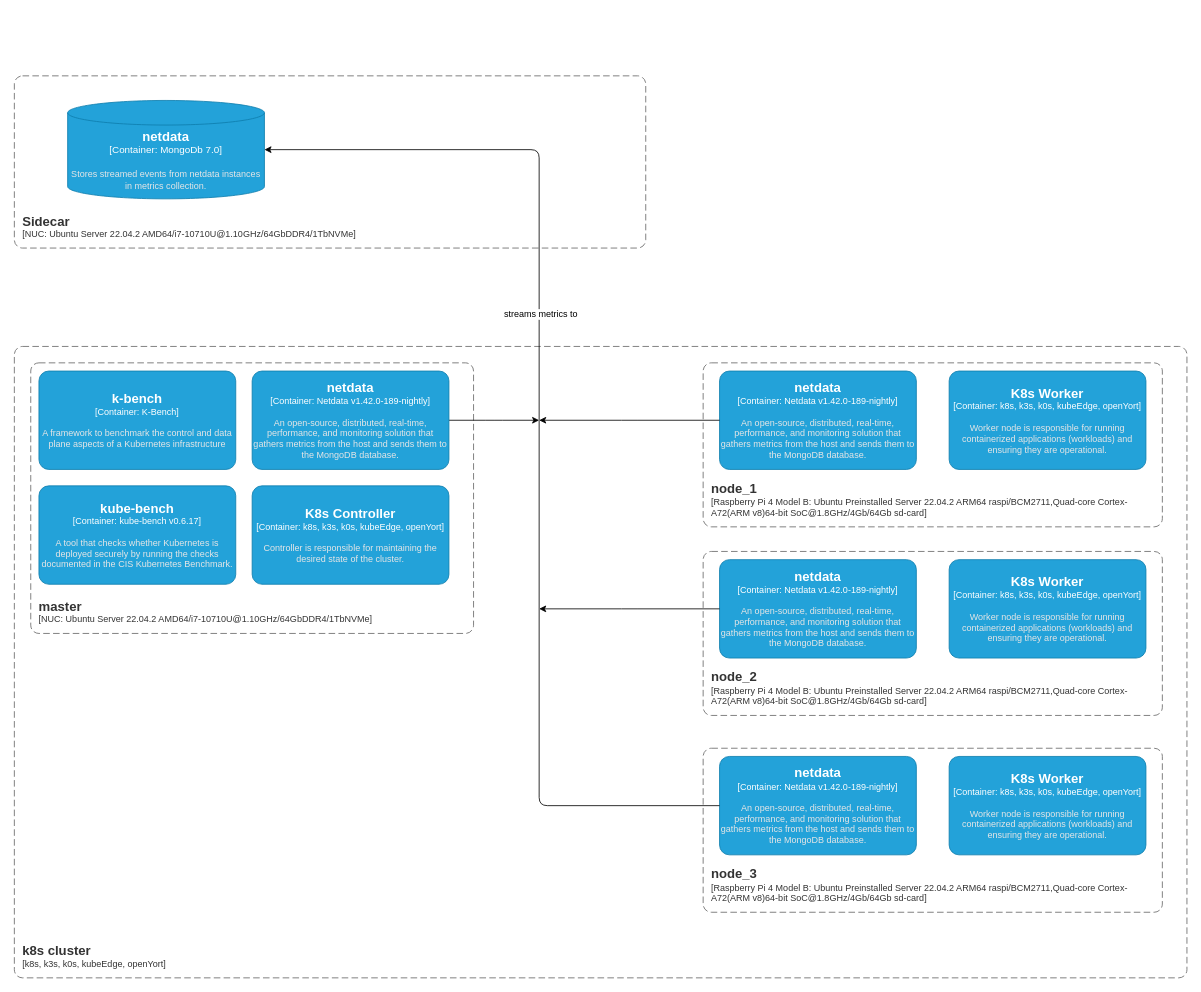
Before: src/diagrams/deployment_diagram.drawio in DiyazY/iot-edge, a draw.io diagram. Source tidied: cells renumbered, new cells numbered last; positions are measured from the earlier drawing's top-left corner, leaving out a move shared by most shapes. Both pictures are drawn from the tidied source at 82%, with x=0, y=0 at pixel (14, 75).
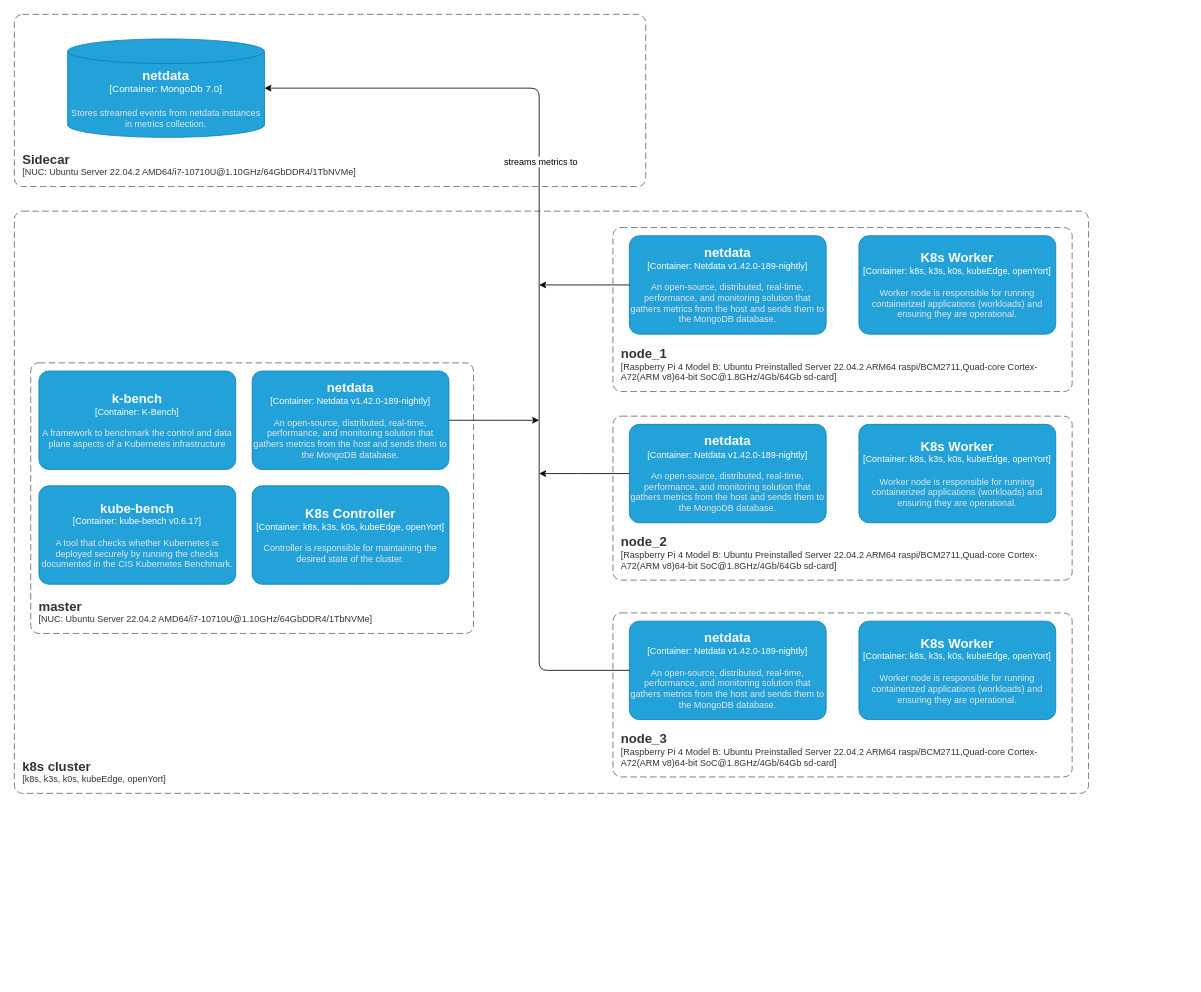
After the change.

Unchanged cells that the change refers to:
```xml
<object id="13" label="&lt;font style=&quot;font-size: 16px&quot;&gt;&lt;b&gt;%c4Name%&lt;/b&gt;&lt;/font&gt;&lt;div&gt;[%c4Type%: %c4Technology%]&lt;/div&gt;&lt;br&gt;&lt;div&gt;&lt;font style=&quot;font-size: 11px&quot;&gt;&lt;font color=&quot;#E6E6E6&quot;&gt;%c4Description%&lt;/font&gt;&lt;/div&gt;" c4Description="An open-source, distributed, real-time, performance, and monitoring solution that gathers metrics from the host and sends them to the MongoDB database." c4Name="netdata" c4Technology="Netdata v1.42.0-189-nightly" c4Type="Container" placeholders="1">
  <mxCell style="rounded=1;whiteSpace=wrap;html=1;fontSize=11;labelBackgroundColor=none;fillColor=#23A2D9;fontColor=#ffffff;align=center;arcSize=10;strokeColor=#0E7DAD;points=[[0.25,0,0],[0.5,0,0],[0.75,0,0],[1,0.25,0],[1,0.5,0],[1,0.75,0],[0.75,1,0],[0.5,1,0],[0.25,1,0],[0,0.75,0],[0,0.5,0],[0,0.25,0]];" parent="11" vertex="1">
    <mxGeometry x="20" y="10" width="240" height="120" as="geometry" />
  </mxCell>
</object>
<object id="17" label="&lt;font style=&quot;font-size: 16px&quot;&gt;&lt;b&gt;%c4Name%&lt;/b&gt;&lt;/font&gt;&lt;div&gt;[%c4Type%: %c4Technology%]&lt;/div&gt;&lt;br&gt;&lt;div&gt;&lt;font style=&quot;font-size: 11px&quot;&gt;&lt;font color=&quot;#E6E6E6&quot;&gt;%c4Description%&lt;/font&gt;&lt;/div&gt;" c4Description="An open-source, distributed, real-time, performance, and monitoring solution that gathers metrics from the host and sends them to the MongoDB database." c4Name="netdata" c4Technology="Netdata v1.42.0-189-nightly" c4Type="Container" placeholders="1">
  <mxCell style="rounded=1;whiteSpace=wrap;html=1;fontSize=11;labelBackgroundColor=none;fillColor=#23A2D9;fontColor=#ffffff;align=center;arcSize=10;strokeColor=#0E7DAD;points=[[0.25,0,0],[0.5,0,0],[0.75,0,0],[1,0.25,0],[1,0.5,0],[1,0.75,0],[0.75,1,0],[0.5,1,0],[0.25,1,0],[0,0.75,0],[0,0.5,0],[0,0.25,0]];" parent="15" vertex="1">
    <mxGeometry x="20" y="10" width="240" height="120" as="geometry" />
  </mxCell>
</object>
<object id="21" label="&lt;font style=&quot;font-size: 16px&quot;&gt;&lt;b&gt;%c4Name%&lt;/b&gt;&lt;/font&gt;&lt;div&gt;[%c4Type%: %c4Technology%]&lt;/div&gt;&lt;br&gt;&lt;div&gt;&lt;font style=&quot;font-size: 11px&quot;&gt;&lt;font color=&quot;#E6E6E6&quot;&gt;%c4Description%&lt;/font&gt;&lt;/div&gt;" c4Description="An open-source, distributed, real-time, performance, and monitoring solution that gathers metrics from the host and sends them to the MongoDB database." c4Name="netdata" c4Technology="Netdata v1.42.0-189-nightly" c4Type="Container" placeholders="1">
  <mxCell style="rounded=1;whiteSpace=wrap;html=1;fontSize=11;labelBackgroundColor=none;fillColor=#23A2D9;fontColor=#ffffff;align=center;arcSize=10;strokeColor=#0E7DAD;points=[[0.25,0,0],[0.5,0,0],[0.75,0,0],[1,0.25,0],[1,0.5,0],[1,0.75,0],[0.75,1,0],[0.5,1,0],[0.25,1,0],[0,0.75,0],[0,0.5,0],[0,0.25,0]];" parent="19" vertex="1">
    <mxGeometry x="20" y="10" width="240" height="120" as="geometry" />
  </mxCell>
</object>
```

The edit, as a diff of the source:
```diff
@@
     <object id="2" label="&lt;font style=&quot;font-size: 16px&quot;&gt;&lt;b&gt;&lt;div style=&quot;text-align: left&quot;&gt;%c4Name%&lt;/div&gt;&lt;/b&gt;&lt;/font&gt;&lt;div style=&quot;text-align: left&quot;&gt;[%c4Application%]&lt;/div&gt;" c4Application="k8s, k3s, k0s, kubeEdge, openYort" c4Name="k8s cluster" placeholders="1">
       <mxCell style="rounded=1;fontSize=11;whiteSpace=wrap;html=1;dashed=1;arcSize=20;fillColor=none;strokeColor=#666666;fontColor=#333333;labelBackgroundColor=none;align=left;verticalAlign=bottom;labelBorderColor=none;spacingTop=0;spacing=10;dashPattern=8 4;perimeter=rectanglePerimeter;noLabel=0;labelPadding=0;absoluteArcSize=1;" parent="1" vertex="1">
-        <mxGeometry y="330" width="1430" height="770" as="geometry" />
+        <mxGeometry y="165" width="1310" height="710" as="geometry" />
       </mxCell>
     </object>
-    <object id="3" label="&lt;font style=&quot;font-size: 16px&quot;&gt;&lt;b&gt;&lt;div style=&quot;text-align: left&quot;&gt;%c4Name%&lt;/div&gt;&lt;/b&gt;&lt;/font&gt;&lt;div style=&quot;text-align: left&quot;&gt;[%c4Application%]&lt;/div&gt;" c4Application="NUC: Ubuntu Server 22.04.2 AMD64/i7-10710U@1.10GHz/64GbDDR4/1TbNVMe" c4Name="Sidecar" placeholders="1">
-      <mxCell style="rounded=1;fontSize=11;whiteSpace=wrap;html=1;dashed=1;arcSize=20;fillColor=none;strokeColor=#666666;fontColor=#333333;labelBackgroundColor=none;align=left;verticalAlign=bottom;labelBorderColor=none;spacingTop=0;spacing=10;dashPattern=8 4;perimeter=rectanglePerimeter;noLabel=0;labelPadding=0;absoluteArcSize=1;" parent="1" vertex="1">
-        <mxGeometry width="770" height="210" as="geometry" />
-      </mxCell>
-    </object>
-    <object id="4" label="&lt;font style=&quot;font-size: 16px&quot;&gt;&lt;b&gt;%c4Type%&lt;/b&gt;&lt;/font&gt;&lt;div&gt;[%c4Container%:&amp;nbsp;%c4Technology%]&lt;/div&gt;&lt;br&gt;&lt;div&gt;&lt;font style=&quot;font-size: 11px&quot;&gt;&lt;font color=&quot;#E6E6E6&quot;&gt;%c4Description%&lt;/font&gt;&lt;/div&gt;" c4Container="Container" c4Description="Stores streamed events from netdata instances in metrics collection." c4Technology="MongoDb 7.0" c4Type="netdata" placeholders="1">
-      <mxCell style="shape=cylinder3;size=15;whiteSpace=wrap;html=1;boundedLbl=1;rounded=0;labelBackgroundColor=none;fillColor=#23A2D9;fontSize=12;fontColor=#ffffff;align=center;strokeColor=#0E7DAD;points=[[0.5,0,0],[1,0.25,0],[1,0.5,0],[1,0.75,0],[0.5,1,0],[0,0.75,0],[0,0.5,0],[0,0.25,0]];" parent="1" vertex="1">
-        <mxGeometry x="65" y="30" width="240" height="120" as="geometry" />
-      </mxCell>
-    </object>
@@
     <mxCell id="11" style="group;" parent="1" vertex="1">
-      <mxGeometry x="840" y="350" width="560" height="200" as="geometry" />
+      <mxGeometry x="730" y="185" width="560" height="200" as="geometry" />
     </mxCell>
@@
     <mxCell id="15" style="group;" parent="1" vertex="1">
-      <mxGeometry x="840" y="580" width="560" height="200" as="geometry" />
+      <mxGeometry x="730" y="415" width="560" height="200" as="geometry" />
     </mxCell>
@@
     <mxCell id="19" style="group;" parent="1" vertex="1">
-      <mxGeometry x="840" y="820" width="560" height="200" as="geometry" />
+      <mxGeometry x="730" y="655" width="560" height="200" as="geometry" />
     </mxCell>
@@
     <mxCell id="23" style="edgeStyle=orthogonalEdgeStyle;html=1;exitX=0;exitY=0.5;exitDx=0;exitDy=0;exitPerimeter=0;entryX=1;entryY=0.5;entryDx=0;entryDy=0;entryPerimeter=0;" parent="1" edge="1" source="21" target="4">
       <mxGeometry relative="1" as="geometry">
         <Array as="points">
-          <mxPoint x="640" y="890" />
-          <mxPoint x="640" y="90" />
+          <mxPoint x="640" y="725" />
+          <mxPoint x="640" y="15" />
         </Array>
       </mxGeometry>
     </mxCell>
     <mxCell id="24" value="streams metrics to" style="edgeLabel;html=1;align=center;verticalAlign=middle;" parent="23" vertex="1">
-      <mxGeometry x="0.21" y="-1" relative="1" as="geometry" />
+      <mxGeometry x="0.21" y="-1" relative="1" as="geometry">
+        <mxPoint y="-32" as="offset" />
+      </mxGeometry>
     </mxCell>
     <mxCell id="25" style="edgeStyle=orthogonalEdgeStyle;html=1;exitX=0;exitY=0.5;exitDx=0;exitDy=0;exitPerimeter=0;endArrow=classic;endFill=1;" parent="1" edge="1" source="13">
       <mxGeometry relative="1" as="geometry">
-        <mxPoint x="640" y="420" as="targetPoint" />
+        <mxPoint x="640" y="255" as="targetPoint" />
       </mxGeometry>
     </mxCell>
     <mxCell id="26" style="edgeStyle=orthogonalEdgeStyle;html=1;exitX=0;exitY=0.5;exitDx=0;exitDy=0;exitPerimeter=0;endArrow=classic;endFill=1;" parent="1" edge="1" source="17">
       <mxGeometry relative="1" as="geometry">
-        <mxPoint x="640" y="650" as="targetPoint" />
+        <mxPoint x="640" y="485" as="targetPoint" />
       </mxGeometry>
     </mxCell>
+    <mxCell id="27" style="group;" parent="1" vertex="1">
+      <mxGeometry y="-75" width="770" height="210" as="geometry" />
+    </mxCell>
+    <object id="3" label="&lt;font style=&quot;font-size: 16px&quot;&gt;&lt;b&gt;&lt;div style=&quot;text-align: left&quot;&gt;%c4Name%&lt;/div&gt;&lt;/b&gt;&lt;/font&gt;&lt;div style=&quot;text-align: left&quot;&gt;[%c4Application%]&lt;/div&gt;" c4Application="NUC: Ubuntu Server 22.04.2 AMD64/i7-10710U@1.10GHz/64GbDDR4/1TbNVMe" c4Name="Sidecar" placeholders="1">
+      <mxCell style="rounded=1;fontSize=11;whiteSpace=wrap;html=1;dashed=1;arcSize=20;fillColor=none;strokeColor=#666666;fontColor=#333333;labelBackgroundColor=none;align=left;verticalAlign=bottom;labelBorderColor=none;spacingTop=0;spacing=10;dashPattern=8 4;perimeter=rectanglePerimeter;noLabel=0;labelPadding=0;absoluteArcSize=1;" parent="27" vertex="1">
+        <mxGeometry width="770" height="210" as="geometry" />
+      </mxCell>
+    </object>
+    <object id="4" label="&lt;font style=&quot;font-size: 16px&quot;&gt;&lt;b&gt;%c4Type%&lt;/b&gt;&lt;/font&gt;&lt;div&gt;[%c4Container%:&amp;nbsp;%c4Technology%]&lt;/div&gt;&lt;br&gt;&lt;div&gt;&lt;font style=&quot;font-size: 11px&quot;&gt;&lt;font color=&quot;#E6E6E6&quot;&gt;%c4Description%&lt;/font&gt;&lt;/div&gt;" c4Container="Container" c4Description="Stores streamed events from netdata instances in metrics collection." c4Technology="MongoDb 7.0" c4Type="netdata" placeholders="1">
+      <mxCell style="shape=cylinder3;size=15;whiteSpace=wrap;html=1;boundedLbl=1;rounded=0;labelBackgroundColor=none;fillColor=#23A2D9;fontSize=12;fontColor=#ffffff;align=center;strokeColor=#0E7DAD;points=[[0.5,0,0],[1,0.25,0],[1,0.5,0],[1,0.75,0],[0.5,1,0],[0,0.75,0],[0,0.5,0],[0,0.25,0]];" parent="27" vertex="1">
+        <mxGeometry x="65" y="30" width="240" height="120" as="geometry" />
+      </mxCell>
+    </object>
```
